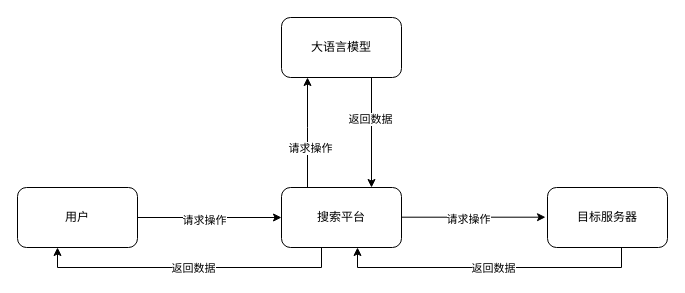
Earlier version of the draw.io diagram 数据流图.drawio (RimLutienpeist/Draw_io_Repo). Source tidied: cells renumbered, new cells numbered last; positions are measured from the earlier drawing's top-left corner, leaving out a move shared by most shapes. Both pictures are drawn from the tidied source at 100%, with x=0, y=0 at pixel (17, 17).
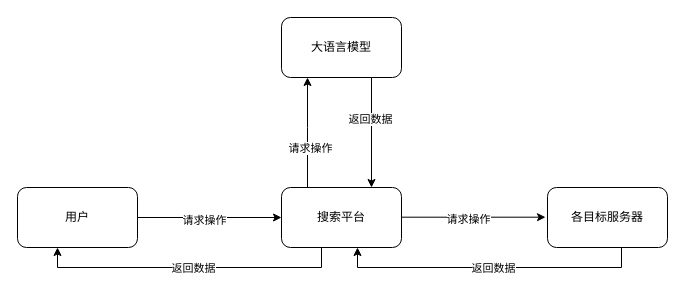
Above is the later version.

Commit message:
更新数据流图.drawio

Change to the diagram source:
```diff
@@
-    <mxCell id="6" value="目标服务器" style="rounded=1;whiteSpace=wrap;html=1;" parent="1" vertex="1">
+    <mxCell id="6" value="各目标服务器" style="rounded=1;whiteSpace=wrap;html=1;" parent="1" vertex="1">
       <mxGeometry x="530" y="170" width="120" height="60" as="geometry" />
     </mxCell>
```
